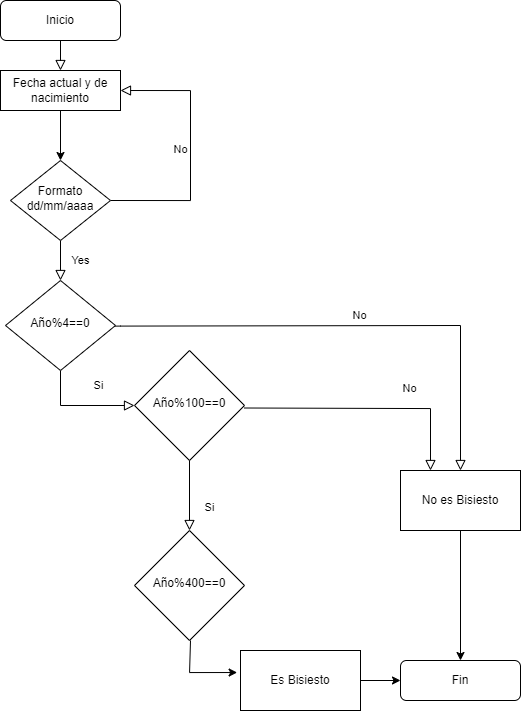
Above: AñoBisiesto.png in BROC95/ADSO (draw.io), before the change. Source tidied: cells renumbered, new cells last; positions are measured from the earlier drawing's top-left corner, leaving out a move shared by most shapes. The source it was exported from:
```xml
<mxGraphModel>
  <root>
    <mxCell id="0" />
    <mxCell id="1" parent="0" />
    <mxCell id="2" style="rounded=0;html=1;jettySize=auto;fontSize=11;endArrow=block;endFill=0;endSize=8;strokeWidth=1;shadow=0;labelBackgroundColor=none;edgeStyle=orthogonalEdgeStyle;entryX=0.5;entryY=0;entryDx=0;entryDy=0;" parent="1" edge="1" source="3" target="12">
      <mxGeometry relative="1" as="geometry" />
    </mxCell>
    <mxCell id="3" value="Inicio" style="rounded=1;whiteSpace=wrap;html=1;fontSize=12;glass=0;strokeWidth=1;shadow=0;" parent="1" vertex="1">
      <mxGeometry width="120" height="40" as="geometry" />
    </mxCell>
    <mxCell id="4" value="Yes" style="rounded=0;html=1;jettySize=auto;fontSize=11;endArrow=block;endFill=0;endSize=8;strokeWidth=1;shadow=0;labelBackgroundColor=none;edgeStyle=orthogonalEdgeStyle;" parent="1" edge="1" source="6" target="9">
      <mxGeometry y="20" relative="1" as="geometry" />
    </mxCell>
    <mxCell id="5" value="No" style="edgeStyle=orthogonalEdgeStyle;rounded=0;html=1;jettySize=auto;fontSize=11;endArrow=block;endFill=0;endSize=8;strokeWidth=1;shadow=0;labelBackgroundColor=none;entryX=1;entryY=0.5;entryDx=0;entryDy=0;exitX=1;exitY=0.5;exitDx=0;exitDy=0;" parent="1" edge="1" source="6" target="12">
      <mxGeometry y="10" relative="1" as="geometry">
        <Array as="points">
          <mxPoint x="190" y="200" />
          <mxPoint x="190" y="90" />
        </Array>
      </mxGeometry>
    </mxCell>
    <mxCell id="6" value="Formato dd/mm/aaaa" style="rhombus;whiteSpace=wrap;html=1;shadow=0;fontFamily=Helvetica;fontSize=12;align=center;strokeWidth=1;spacing=6;spacingTop=-4;" parent="1" vertex="1">
      <mxGeometry x="10" y="160" width="100" height="80" as="geometry" />
    </mxCell>
    <mxCell id="7" value="Si" style="rounded=0;html=1;jettySize=auto;fontSize=11;endArrow=block;endFill=0;endSize=8;strokeWidth=1;shadow=0;labelBackgroundColor=none;edgeStyle=orthogonalEdgeStyle;entryX=0;entryY=0.5;entryDx=0;entryDy=0;exitX=0.5;exitY=1;exitDx=0;exitDy=0;" parent="1" edge="1" source="9" target="13">
      <mxGeometry x="0.33" y="20" relative="1" as="geometry" />
    </mxCell>
    <mxCell id="8" value="No" style="edgeStyle=orthogonalEdgeStyle;rounded=0;html=1;jettySize=auto;fontSize=11;endArrow=block;endFill=0;endSize=8;strokeWidth=1;shadow=0;labelBackgroundColor=none;entryX=0.5;entryY=0;entryDx=0;entryDy=0;exitX=0.982;exitY=0.507;exitDx=0;exitDy=0;exitPerimeter=0;" parent="1" edge="1" source="9" target="21">
      <mxGeometry y="10" relative="1" as="geometry">
        <Array as="points">
          <mxPoint x="120" y="326" />
          <mxPoint x="460" y="325" />
        </Array>
      </mxGeometry>
    </mxCell>
    <mxCell id="9" value="Año%4==0" style="rhombus;whiteSpace=wrap;html=1;shadow=0;fontFamily=Helvetica;fontSize=12;align=center;strokeWidth=1;spacing=6;spacingTop=-4;" parent="1" vertex="1">
      <mxGeometry x="5" y="280" width="110" height="90" as="geometry" />
    </mxCell>
    <mxCell id="10" value="Fin" style="rounded=1;whiteSpace=wrap;html=1;fontSize=12;glass=0;strokeWidth=1;shadow=0;" parent="1" vertex="1">
      <mxGeometry x="400" y="660" width="120" height="40" as="geometry" />
    </mxCell>
    <mxCell id="11" style="edgeStyle=orthogonalEdgeStyle;rounded=0;jettySize=auto;html=1;" parent="1" edge="1" source="12" target="6">
      <mxGeometry relative="1" as="geometry" />
    </mxCell>
    <mxCell id="12" value="Fecha actual y de nacimiento" style="rounded=0;whiteSpace=wrap;html=1;" parent="1" vertex="1">
      <mxGeometry y="70" width="120" height="40" as="geometry" />
    </mxCell>
    <mxCell id="13" value="Año%100==0" style="rhombus;whiteSpace=wrap;html=1;shadow=0;fontFamily=Helvetica;fontSize=12;align=center;strokeWidth=1;spacing=6;spacingTop=-4;" parent="1" vertex="1">
      <mxGeometry x="134" y="350" width="110" height="110" as="geometry" />
    </mxCell>
    <mxCell id="14" value="Si" style="rounded=0;html=1;jettySize=auto;fontSize=11;endArrow=block;endFill=0;endSize=8;strokeWidth=1;shadow=0;labelBackgroundColor=none;edgeStyle=orthogonalEdgeStyle;entryX=0.5;entryY=0;entryDx=0;entryDy=0;exitX=0.5;exitY=1;exitDx=0;exitDy=0;" parent="1" edge="1" source="13" target="17">
      <mxGeometry x="0.33" y="20" relative="1" as="geometry" />
    </mxCell>
    <mxCell id="15" value="No" style="rounded=0;html=1;jettySize=auto;fontSize=11;endArrow=block;endFill=0;endSize=8;strokeWidth=1;shadow=0;labelBackgroundColor=none;edgeStyle=orthogonalEdgeStyle;exitX=1;exitY=0.5;exitDx=0;exitDy=0;entryX=0.25;entryY=0;entryDx=0;entryDy=0;" parent="1" edge="1" target="21">
      <mxGeometry x="0.33" y="20" relative="1" as="geometry">
        <mxPoint x="244" y="407.5" as="sourcePoint" />
      </mxGeometry>
    </mxCell>
    <mxCell id="16" style="edgeStyle=orthogonalEdgeStyle;rounded=0;jettySize=auto;html=1;entryX=-0.028;entryY=0.367;entryDx=0;entryDy=0;entryPerimeter=0;" parent="1" edge="1" target="19">
      <mxGeometry relative="1" as="geometry">
        <mxPoint x="190" y="640" as="sourcePoint" />
        <Array as="points">
          <mxPoint x="189" y="640" />
          <mxPoint x="189" y="672" />
        </Array>
      </mxGeometry>
    </mxCell>
    <mxCell id="17" value="Año%400==0" style="rhombus;whiteSpace=wrap;html=1;shadow=0;fontFamily=Helvetica;fontSize=12;align=center;strokeWidth=1;spacing=6;spacingTop=-4;" parent="1" vertex="1">
      <mxGeometry x="134" y="530" width="110" height="110" as="geometry" />
    </mxCell>
    <mxCell id="18" style="edgeStyle=orthogonalEdgeStyle;rounded=0;jettySize=auto;html=1;" parent="1" edge="1" source="19" target="10">
      <mxGeometry relative="1" as="geometry" />
    </mxCell>
    <mxCell id="19" value="Es Bisiesto" style="rounded=0;whiteSpace=wrap;html=1;" parent="1" vertex="1">
      <mxGeometry x="240" y="650" width="120" height="60" as="geometry" />
    </mxCell>
    <mxCell id="20" style="edgeStyle=orthogonalEdgeStyle;rounded=0;jettySize=auto;html=1;exitX=0.5;exitY=1;exitDx=0;exitDy=0;entryX=0.5;entryY=0;entryDx=0;entryDy=0;" parent="1" edge="1" source="21" target="10">
      <mxGeometry relative="1" as="geometry" />
    </mxCell>
    <mxCell id="21" value="No es Bisiesto" style="rounded=0;whiteSpace=wrap;html=1;" parent="1" vertex="1">
      <mxGeometry x="400" y="470" width="120" height="60" as="geometry" />
    </mxCell>
  </root>
</mxGraphModel>
```
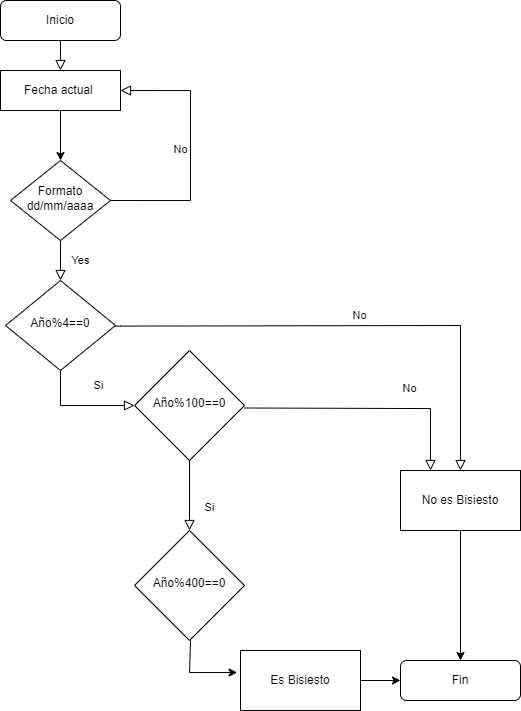
Above is the later version.

What changed in the source:
```diff
@@ -42,7 +42,7 @@
     <mxCell id="11" style="edgeStyle=orthogonalEdgeStyle;rounded=0;jettySize=auto;html=1;" parent="1" edge="1" source="12" target="6">
       <mxGeometry relative="1" as="geometry" />
     </mxCell>
-    <mxCell id="12" value="Fecha actual y de nacimiento" style="rounded=0;whiteSpace=wrap;html=1;" parent="1" vertex="1">
+    <mxCell id="12" value="Fecha actual&amp;nbsp;" style="rounded=0;whiteSpace=wrap;html=1;" parent="1" vertex="1">
       <mxGeometry y="70" width="120" height="40" as="geometry" />
     </mxCell>
     <mxCell id="13" value="Año%100==0" style="rhombus;whiteSpace=wrap;html=1;shadow=0;fontFamily=Helvetica;fontSize=12;align=center;strokeWidth=1;spacing=6;spacingTop=-4;" parent="1" vertex="1">
```
